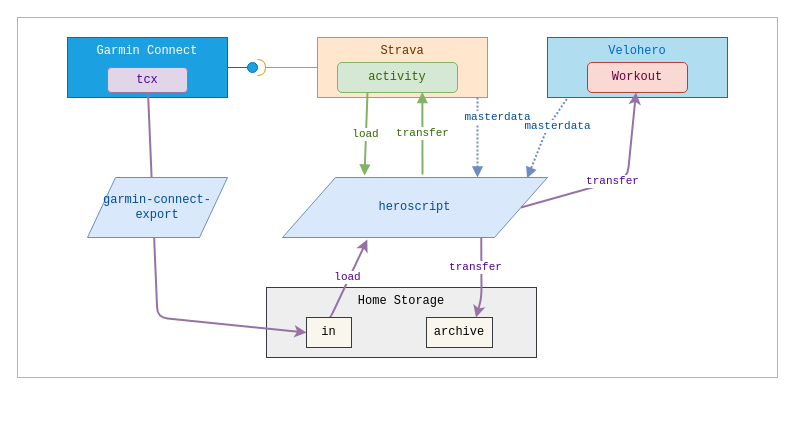
Above: design/Diagram.drawio in chs8691/heroscript (draw.io), before the change. Source tidied: cells renumbered, new cells numbered last; positions are measured from the earlier drawing's top-left corner, leaving out a move shared by most shapes. Both pictures are drawn from the tidied source at 100%, with x=0, y=0 at pixel (17, 17).
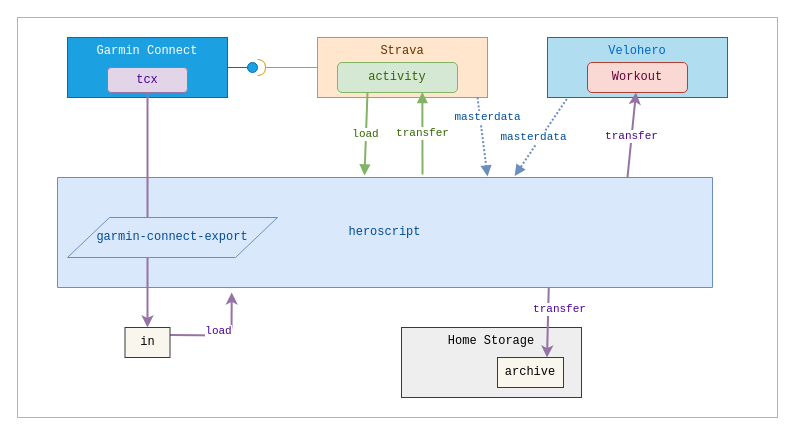
Above is the later version.

Unchanged cells that the change refers to:
```xml
<mxCell id="5" value="Velohero" style="rounded=0;whiteSpace=wrap;html=1;verticalAlign=top;fillColor=#b1ddf0;strokeColor=#10739e;fontColor=#0066CC;fontFamily=Courier New;" parent="1" vertex="1">
  <mxGeometry x="530" y="20" width="180" height="60" as="geometry" />
</mxCell>
<mxCell id="19" value="tcx" style="rounded=1;whiteSpace=wrap;html=1;fontFamily=Courier New;fillColor=#e1d5e7;strokeColor=#9673a6;fontColor=#4C0099;" parent="1" vertex="1">
  <mxGeometry x="90" y="50" width="80" height="25" as="geometry" />
</mxCell>
<mxCell id="25" value="Workout" style="rounded=1;whiteSpace=wrap;html=1;fontFamily=Courier New;fillColor=#fad9d5;strokeColor=#ae4132;fontColor=#660033;" parent="1" vertex="1">
  <mxGeometry x="570" y="45" width="100" height="30" as="geometry" />
</mxCell>
```

Change to the diagram source:
```diff
@@
     <mxCell id="2" style="rounded=0;whiteSpace=wrap;html=1;fontFamily=Courier New;fillColor=none;strokeColor=#B3B3B3;" parent="1" vertex="1">
-      <mxGeometry width="760" height="360" as="geometry" />
+      <mxGeometry width="760" height="400" as="geometry" />
     </mxCell>
@@
     <mxCell id="6" value="Home Storage" style="rounded=0;whiteSpace=wrap;html=1;verticalAlign=top;fillColor=#eeeeee;strokeColor=#36393d;fontFamily=Courier New;" parent="1" vertex="1">
-      <mxGeometry x="249" y="270" width="270" height="70" as="geometry" />
+      <mxGeometry x="384" y="310" width="180" height="70" as="geometry" />
     </mxCell>
@@
-    <mxCell id="11" value="heroscript" style="shape=parallelogram;perimeter=parallelogramPerimeter;whiteSpace=wrap;html=1;fillColor=#dae8fc;strokeColor=#6c8ebf;fontColor=#004C99;fontFamily=Courier New;" parent="1" vertex="1">
-      <mxGeometry x="265" y="160" width="265" height="60" as="geometry" />
+    <mxCell id="11" value="heroscript" style="shape=parallelogram;perimeter=parallelogramPerimeter;whiteSpace=wrap;html=1;fillColor=#dae8fc;strokeColor=#6c8ebf;fontColor=#004C99;fontFamily=Courier New;size=0;" parent="1" vertex="1">
+      <mxGeometry x="40" y="160" width="655" height="110" as="geometry" />
     </mxCell>
-    <mxCell id="12" style="endArrow=classic;html=1;fontColor=#4C0099;fillColor=#e1d5e7;strokeColor=#9673a6;strokeWidth=2;entryX=0;entryY=0.5;entryDx=0;entryDy=0;fontFamily=Courier New;" parent="1" edge="1" source="19" target="21">
-      <mxGeometry relative="1" as="geometry">
-        <Array as="points">
-          <mxPoint x="140" y="300" />
-        </Array>
-      </mxGeometry>
-    </mxCell>
-    <mxCell id="13" value="garmin-connect-export" style="shape=parallelogram;perimeter=parallelogramPerimeter;whiteSpace=wrap;html=1;fillColor=#dae8fc;strokeColor=#6c8ebf;fontColor=#004C99;fontFamily=Courier New;" parent="1" vertex="1">
-      <mxGeometry x="70" y="160" width="140" height="60" as="geometry" />
-    </mxCell>
@@
-    <mxCell id="15" value="masterdata" style="endArrow=block;html=1;entryX=0.5;entryY=0;entryDx=0;entryDy=0;exitX=0.5;exitY=1;exitDx=0;exitDy=0;fontColor=#004C99;fillColor=#dae8fc;strokeColor=#6c8ebf;strokeWidth=2;endFill=1;fontFamily=Courier New;dashed=1;dashPattern=1 1;" parent="1" edge="1">
-      <mxGeometry x="-0.5" y="20" relative="1" as="geometry">
+    <mxCell id="15" value="masterdata" style="endArrow=block;html=1;exitX=0.5;exitY=1;exitDx=0;exitDy=0;fontColor=#004C99;fillColor=#dae8fc;strokeColor=#6c8ebf;strokeWidth=2;endFill=1;fontFamily=Courier New;dashed=1;dashPattern=1 1;" parent="1" edge="1">
+      <mxGeometry x="-0.47" y="7" relative="1" as="geometry">
         <mxPoint x="460" y="80" as="sourcePoint" />
-        <mxPoint x="460" y="160" as="targetPoint" />
+        <mxPoint x="470" y="159" as="targetPoint" />
       </mxGeometry>
     </mxCell>
-    <mxCell id="16" value="masterdata" style="endArrow=block;html=1;entryX=0.923;entryY=0.012;entryDx=0;entryDy=0;exitX=0.107;exitY=1.024;exitDx=0;exitDy=0;fontColor=#004C99;fillColor=#dae8fc;strokeColor=#6c8ebf;strokeWidth=2;endFill=1;fontFamily=Courier New;dashed=1;dashPattern=1 1;exitPerimeter=0;entryPerimeter=0;" parent="1" edge="1" source="5" target="11">
-      <mxGeometry x="-0.23" y="10" relative="1" as="geometry">
-        <Array as="points">
-          <mxPoint x="530" y="110" />
-        </Array>
-        <mxPoint x="1" y="-4" as="offset" />
-      </mxGeometry>
+    <mxCell id="16" value="masterdata" style="endArrow=block;html=1;exitX=0.107;exitY=1.024;exitDx=0;exitDy=0;fontColor=#004C99;fillColor=#dae8fc;strokeColor=#6c8ebf;strokeWidth=2;endFill=1;fontFamily=Courier New;dashed=1;dashPattern=1 1;exitPerimeter=0;entryX=0.698;entryY=-0.014;entryDx=0;entryDy=0;entryPerimeter=0;" parent="1" edge="1" source="5" target="11">
+      <mxGeometry x="0.07" y="-6" relative="1" as="geometry" />
     </mxCell>
@@
-    <mxCell id="20" value="load" style="endArrow=classic;html=1;fontColor=#4C0099;fillColor=#e1d5e7;strokeColor=#9673a6;strokeWidth=2;exitX=0.5;exitY=0;exitDx=0;exitDy=0;entryX=0.32;entryY=1.035;entryDx=0;entryDy=0;entryPerimeter=0;fontFamily=Courier New;" parent="1" edge="1" source="21" target="11">
-      <mxGeometry x="0.03" y="2" relative="1" as="geometry">
+    <mxCell id="20" value="load" style="endArrow=classic;html=1;fontColor=#4C0099;fillColor=#e1d5e7;strokeColor=#9673a6;strokeWidth=2;exitX=1;exitY=0.25;exitDx=0;exitDy=0;fontFamily=Courier New;entryX=0.266;entryY=1.045;entryDx=0;entryDy=0;entryPerimeter=0;" parent="1" edge="1" source="21" target="11">
+      <mxGeometry x="0.25" y="13" relative="1" as="geometry">
         <Array as="points">
-          <mxPoint x="313" y="300" />
+          <mxPoint x="190" y="318" />
+          <mxPoint x="214" y="318" />
         </Array>
       </mxGeometry>
     </mxCell>
     <mxCell id="21" value="in" style="rounded=0;whiteSpace=wrap;html=1;fontFamily=Courier New;fillColor=#f9f7ed;strokeColor=#36393d;" parent="1" vertex="1">
-      <mxGeometry x="289" y="300" width="45" height="30" as="geometry" />
+      <mxGeometry x="107.5" y="310" width="45" height="30" as="geometry" />
     </mxCell>
     <mxCell id="22" value="archive" style="rounded=0;whiteSpace=wrap;html=1;fontFamily=Courier New;fillColor=#f9f7ed;strokeColor=#36393d;" parent="1" vertex="1">
-      <mxGeometry x="409" y="300" width="66" height="30" as="geometry" />
+      <mxGeometry x="480" y="340" width="66" height="30" as="geometry" />
     </mxCell>
-    <mxCell id="23" value="transfer" style="endArrow=classic;html=1;fontColor=#4C0099;fillColor=#e1d5e7;strokeColor=#9673a6;strokeWidth=2;exitX=1;exitY=0.5;exitDx=0;exitDy=0;fontFamily=Courier New;" parent="1" edge="1" source="11" target="25">
+    <mxCell id="23" value="transfer" style="endArrow=classic;html=1;fontColor=#4C0099;fillColor=#e1d5e7;strokeColor=#9673a6;strokeWidth=2;fontFamily=Courier New;" parent="1" edge="1" source="11" target="25">
       <mxGeometry x="-0.03" relative="1" as="geometry">
         <Array as="points">
           <mxPoint x="610" y="160" />
         </Array>
       </mxGeometry>
     </mxCell>
     <mxCell id="24" value="transfer" style="endArrow=classic;html=1;fontColor=#4C0099;fillColor=#e1d5e7;strokeColor=#9673a6;strokeWidth=2;exitX=0.75;exitY=1;exitDx=0;exitDy=0;entryX=0.75;entryY=0;entryDx=0;entryDy=0;fontFamily=Courier New;" parent="1" edge="1" source="11" target="22">
-      <mxGeometry x="0.49" y="-30" relative="1" as="geometry">
-        <Array as="points">
-          <mxPoint x="464" y="280" />
-        </Array>
-        <mxPoint x="23" y="-22" as="offset" />
-      </mxGeometry>
+      <mxGeometry x="-0.37" y="11" relative="1" as="geometry" />
     </mxCell>
@@
+    <mxCell id="12" style="endArrow=classic;html=1;fontColor=#4C0099;fillColor=#e1d5e7;strokeColor=#9673a6;strokeWidth=2;fontFamily=Courier New;" parent="1" edge="1" source="19" target="21">
+      <mxGeometry relative="1" as="geometry" />
+    </mxCell>
+    <mxCell id="13" value="garmin-connect-export" style="shape=parallelogram;perimeter=parallelogramPerimeter;whiteSpace=wrap;html=1;fillColor=#dae8fc;strokeColor=#6c8ebf;fontColor=#004C99;fontFamily=Courier New;" parent="1" vertex="1">
+      <mxGeometry x="50" y="200" width="210" height="40" as="geometry" />
+    </mxCell>
```
